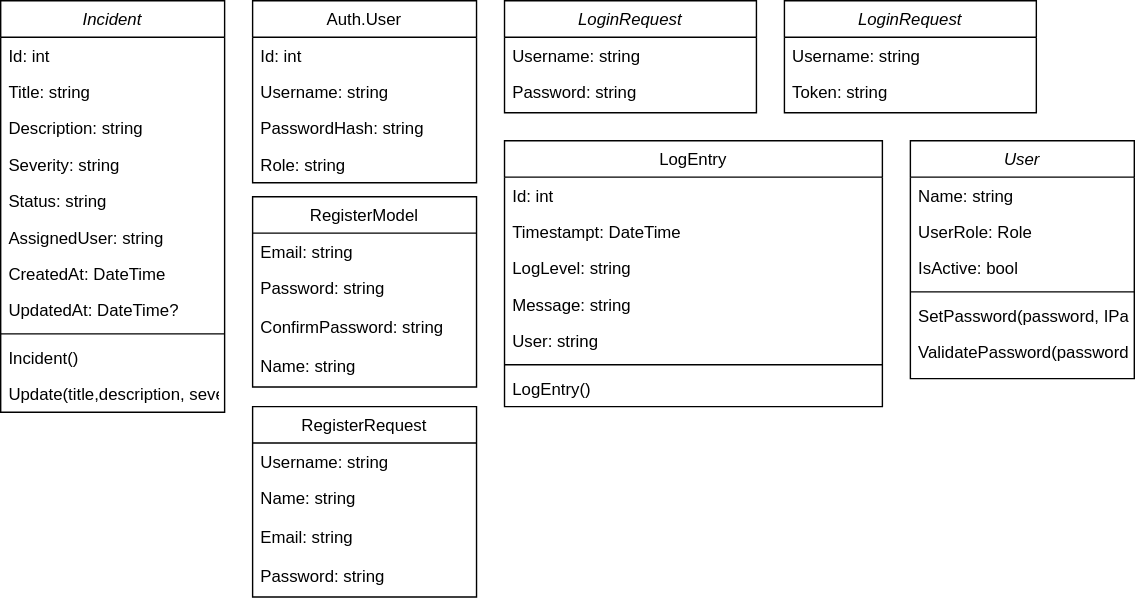
The draw.io diagram ImagesAndDiagrams/uml.svg in vl43den/newgensims, before a commit. Source tidied: cells renumbered, new cells last; positions are measured from the earlier drawing's top-left corner, leaving out a move shared by most shapes. The source it was exported from:
```xml
<mxGraphModel>
  <root>
    <mxCell id="0" />
    <mxCell id="1" parent="0" />
    <mxCell id="2" value="Incident" style="swimlane;fontStyle=2;align=center;verticalAlign=top;horizontal=1;startSize=26;rounded=0;shadow=0;strokeWidth=1;" parent="1" vertex="1">
      <mxGeometry width="160" height="294" as="geometry" />
    </mxCell>
    <mxCell id="3" value="Id: int" style="text;align=left;verticalAlign=top;spacingLeft=4;spacingRight=4;overflow=hidden;" parent="2" vertex="1">
      <mxGeometry y="26" width="160" height="26" as="geometry" />
    </mxCell>
    <mxCell id="4" value="Title: string " style="text;align=left;verticalAlign=top;spacingLeft=4;spacingRight=4;overflow=hidden;rounded=0;shadow=0;html=0;" parent="2" vertex="1">
      <mxGeometry y="52" width="160" height="26" as="geometry" />
    </mxCell>
    <mxCell id="5" value="Description: string" style="text;align=left;verticalAlign=top;spacingLeft=4;spacingRight=4;overflow=hidden;rounded=0;shadow=0;html=0;" parent="2" vertex="1">
      <mxGeometry y="78" width="160" height="26" as="geometry" />
    </mxCell>
    <mxCell id="6" value="Severity: string  " style="text;align=left;verticalAlign=top;spacingLeft=4;spacingRight=4;overflow=hidden;rounded=0;shadow=0;html=0;" parent="2" vertex="1">
      <mxGeometry y="104" width="160" height="26" as="geometry" />
    </mxCell>
    <mxCell id="7" value="Status: string " style="text;align=left;verticalAlign=top;spacingLeft=4;spacingRight=4;overflow=hidden;rounded=0;shadow=0;html=0;" parent="2" vertex="1">
      <mxGeometry y="130" width="160" height="26" as="geometry" />
    </mxCell>
    <mxCell id="8" value="AssignedUser: string" style="text;align=left;verticalAlign=top;spacingLeft=4;spacingRight=4;overflow=hidden;rounded=0;shadow=0;html=0;" parent="2" vertex="1">
      <mxGeometry y="156" width="160" height="26" as="geometry" />
    </mxCell>
    <mxCell id="9" value="CreatedAt: DateTime" style="text;align=left;verticalAlign=top;spacingLeft=4;spacingRight=4;overflow=hidden;rounded=0;shadow=0;html=0;" parent="2" vertex="1">
      <mxGeometry y="182" width="160" height="26" as="geometry" />
    </mxCell>
    <mxCell id="10" value="UpdatedAt: DateTime?" style="text;align=left;verticalAlign=top;spacingLeft=4;spacingRight=4;overflow=hidden;rounded=0;shadow=0;html=0;" parent="2" vertex="1">
      <mxGeometry y="208" width="160" height="26" as="geometry" />
    </mxCell>
    <mxCell id="11" style="line;strokeWidth=1;fillColor=none;align=left;verticalAlign=middle;spacingTop=-1;spacingLeft=3;spacingRight=3;labelPosition=right;strokeColor=inherit;" parent="2" vertex="1">
      <mxGeometry y="234" width="160" height="8" as="geometry" />
    </mxCell>
    <mxCell id="12" value="Incident()" style="text;align=left;verticalAlign=top;spacingLeft=4;spacingRight=4;overflow=hidden;rounded=0;shadow=0;html=0;" parent="2" vertex="1">
      <mxGeometry y="242" width="160" height="26" as="geometry" />
    </mxCell>
    <mxCell id="13" value="Update(title,description, severity,status,assignedUser)" style="text;align=left;verticalAlign=top;spacingLeft=4;spacingRight=4;overflow=hidden;rounded=0;shadow=0;html=0;" parent="2" vertex="1">
      <mxGeometry y="268" width="160" height="26" as="geometry" />
    </mxCell>
    <mxCell id="14" value="LogEntry" style="swimlane;fontStyle=0;align=center;verticalAlign=top;horizontal=1;startSize=26;rounded=0;shadow=0;strokeWidth=1;" parent="1" vertex="1">
      <mxGeometry x="360" y="100" width="270" height="190" as="geometry" />
    </mxCell>
    <mxCell id="15" value="Id: int" style="text;align=left;verticalAlign=top;spacingLeft=4;spacingRight=4;overflow=hidden;" parent="14" vertex="1">
      <mxGeometry y="26" width="270" height="26" as="geometry" />
    </mxCell>
    <mxCell id="16" value="Timestampt: DateTime" style="text;align=left;verticalAlign=top;spacingLeft=4;spacingRight=4;overflow=hidden;" parent="14" vertex="1">
      <mxGeometry y="52" width="270" height="26" as="geometry" />
    </mxCell>
    <mxCell id="17" value="LogLevel: string" style="text;align=left;verticalAlign=top;spacingLeft=4;spacingRight=4;overflow=hidden;" parent="14" vertex="1">
      <mxGeometry y="78" width="270" height="26" as="geometry" />
    </mxCell>
    <mxCell id="18" value="Message: string" style="text;align=left;verticalAlign=top;spacingLeft=4;spacingRight=4;overflow=hidden;" parent="14" vertex="1">
      <mxGeometry y="104" width="270" height="26" as="geometry" />
    </mxCell>
    <mxCell id="19" value="User: string" style="text;align=left;verticalAlign=top;spacingLeft=4;spacingRight=4;overflow=hidden;" parent="14" vertex="1">
      <mxGeometry y="130" width="270" height="26" as="geometry" />
    </mxCell>
    <mxCell id="20" style="line;strokeWidth=1;fillColor=none;align=left;verticalAlign=middle;spacingTop=-1;spacingLeft=3;spacingRight=3;labelPosition=right;strokeColor=inherit;" parent="14" vertex="1">
      <mxGeometry y="156" width="270" height="8" as="geometry" />
    </mxCell>
    <mxCell id="21" value="LogEntry()" style="text;align=left;verticalAlign=top;spacingLeft=4;spacingRight=4;overflow=hidden;" parent="14" vertex="1">
      <mxGeometry y="164" width="270" height="26" as="geometry" />
    </mxCell>
    <mxCell id="22" value="RegisterModel" style="swimlane;fontStyle=0;align=center;verticalAlign=top;horizontal=1;startSize=26;rounded=0;shadow=0;strokeWidth=1;" parent="1" vertex="1">
      <mxGeometry x="180" y="140" width="160" height="136" as="geometry" />
    </mxCell>
    <mxCell id="23" value="Email: string" style="text;align=left;verticalAlign=top;spacingLeft=4;spacingRight=4;overflow=hidden;" parent="22" vertex="1">
      <mxGeometry y="26" width="160" height="26" as="geometry" />
    </mxCell>
    <mxCell id="24" value="Password: string" style="text;align=left;verticalAlign=top;spacingLeft=4;spacingRight=4;overflow=hidden;" parent="22" vertex="1">
      <mxGeometry y="52" width="160" height="28" as="geometry" />
    </mxCell>
    <mxCell id="25" value="ConfirmPassword: string" style="text;align=left;verticalAlign=top;spacingLeft=4;spacingRight=4;overflow=hidden;" parent="22" vertex="1">
      <mxGeometry y="80" width="160" height="28" as="geometry" />
    </mxCell>
    <mxCell id="26" value="Name: string" style="text;align=left;verticalAlign=top;spacingLeft=4;spacingRight=4;overflow=hidden;" parent="22" vertex="1">
      <mxGeometry y="108" width="160" height="28" as="geometry" />
    </mxCell>
    <mxCell id="27" value="Auth.User" style="swimlane;fontStyle=0;align=center;verticalAlign=top;horizontal=1;startSize=26;rounded=0;shadow=0;strokeWidth=1;" parent="1" vertex="1">
      <mxGeometry x="180" width="160" height="130" as="geometry" />
    </mxCell>
    <mxCell id="28" value="Id: int " style="text;align=left;verticalAlign=top;spacingLeft=4;spacingRight=4;overflow=hidden;" parent="27" vertex="1">
      <mxGeometry y="26" width="160" height="26" as="geometry" />
    </mxCell>
    <mxCell id="29" value="Username: string " style="text;align=left;verticalAlign=top;spacingLeft=4;spacingRight=4;overflow=hidden;rounded=0;shadow=0;html=0;" parent="27" vertex="1">
      <mxGeometry y="52" width="160" height="26" as="geometry" />
    </mxCell>
    <mxCell id="30" value="PasswordHash: string" style="text;align=left;verticalAlign=top;spacingLeft=4;spacingRight=4;overflow=hidden;rounded=0;shadow=0;html=0;" parent="27" vertex="1">
      <mxGeometry y="78" width="160" height="26" as="geometry" />
    </mxCell>
    <mxCell id="31" value="Role: string  " style="text;align=left;verticalAlign=top;spacingLeft=4;spacingRight=4;overflow=hidden;rounded=0;shadow=0;html=0;" parent="27" vertex="1">
      <mxGeometry y="104" width="160" height="26" as="geometry" />
    </mxCell>
    <mxCell id="32" value="LoginRequest" style="swimlane;fontStyle=2;align=center;verticalAlign=top;horizontal=1;startSize=26;rounded=0;shadow=0;strokeWidth=1;" parent="1" vertex="1">
      <mxGeometry x="360" width="180" height="80" as="geometry" />
    </mxCell>
    <mxCell id="33" value="Username: string" style="text;align=left;verticalAlign=top;spacingLeft=4;spacingRight=4;overflow=hidden;" parent="32" vertex="1">
      <mxGeometry y="26" width="180" height="26" as="geometry" />
    </mxCell>
    <mxCell id="34" value="Password: string" style="text;align=left;verticalAlign=top;spacingLeft=4;spacingRight=4;overflow=hidden;rounded=0;shadow=0;html=0;" parent="32" vertex="1">
      <mxGeometry y="52" width="180" height="26" as="geometry" />
    </mxCell>
    <mxCell id="35" value="LoginRequest" style="swimlane;fontStyle=2;align=center;verticalAlign=top;horizontal=1;startSize=26;rounded=0;shadow=0;strokeWidth=1;" parent="1" vertex="1">
      <mxGeometry x="560" width="180" height="80" as="geometry" />
    </mxCell>
    <mxCell id="36" value="Username: string" style="text;align=left;verticalAlign=top;spacingLeft=4;spacingRight=4;overflow=hidden;" parent="35" vertex="1">
      <mxGeometry y="26" width="180" height="26" as="geometry" />
    </mxCell>
    <mxCell id="37" value="Token: string" style="text;align=left;verticalAlign=top;spacingLeft=4;spacingRight=4;overflow=hidden;rounded=0;shadow=0;html=0;" parent="35" vertex="1">
      <mxGeometry y="52" width="180" height="26" as="geometry" />
    </mxCell>
    <mxCell id="38" value="RegisterRequest" style="swimlane;fontStyle=0;align=center;verticalAlign=top;horizontal=1;startSize=26;rounded=0;shadow=0;strokeWidth=1;" parent="1" vertex="1">
      <mxGeometry x="180" y="290" width="160" height="136" as="geometry" />
    </mxCell>
    <mxCell id="39" value="Username: string" style="text;align=left;verticalAlign=top;spacingLeft=4;spacingRight=4;overflow=hidden;" parent="38" vertex="1">
      <mxGeometry y="26" width="160" height="26" as="geometry" />
    </mxCell>
    <mxCell id="40" value="Name: string" style="text;align=left;verticalAlign=top;spacingLeft=4;spacingRight=4;overflow=hidden;" parent="38" vertex="1">
      <mxGeometry y="52" width="160" height="28" as="geometry" />
    </mxCell>
    <mxCell id="41" value="Email: string" style="text;align=left;verticalAlign=top;spacingLeft=4;spacingRight=4;overflow=hidden;" parent="38" vertex="1">
      <mxGeometry y="80" width="160" height="28" as="geometry" />
    </mxCell>
    <mxCell id="42" value="Password: string" style="text;align=left;verticalAlign=top;spacingLeft=4;spacingRight=4;overflow=hidden;" parent="38" vertex="1">
      <mxGeometry y="108" width="160" height="28" as="geometry" />
    </mxCell>
    <mxCell id="43" value="User" style="swimlane;fontStyle=2;align=center;verticalAlign=top;horizontal=1;startSize=26;rounded=0;shadow=0;strokeWidth=1;" parent="1" vertex="1">
      <mxGeometry x="650" y="100" width="160" height="170" as="geometry" />
    </mxCell>
    <mxCell id="44" value="Name: string" style="text;align=left;verticalAlign=top;spacingLeft=4;spacingRight=4;overflow=hidden;" parent="43" vertex="1">
      <mxGeometry y="26" width="160" height="26" as="geometry" />
    </mxCell>
    <mxCell id="45" value="UserRole: Role" style="text;align=left;verticalAlign=top;spacingLeft=4;spacingRight=4;overflow=hidden;rounded=0;shadow=0;html=0;" parent="43" vertex="1">
      <mxGeometry y="52" width="160" height="26" as="geometry" />
    </mxCell>
    <mxCell id="46" value="IsActive: bool" style="text;align=left;verticalAlign=top;spacingLeft=4;spacingRight=4;overflow=hidden;rounded=0;shadow=0;html=0;" parent="43" vertex="1">
      <mxGeometry y="78" width="160" height="26" as="geometry" />
    </mxCell>
    <mxCell id="47" style="line;strokeWidth=1;fillColor=none;align=left;verticalAlign=middle;spacingTop=-1;spacingLeft=3;spacingRight=3;labelPosition=right;strokeColor=inherit;" parent="43" vertex="1">
      <mxGeometry y="104" width="160" height="8" as="geometry" />
    </mxCell>
    <mxCell id="48" value="SetPassword(password, IPasswordHasher, passwordHasher)" style="text;align=left;verticalAlign=top;spacingLeft=4;spacingRight=4;overflow=hidden;rounded=0;shadow=0;html=0;" parent="43" vertex="1">
      <mxGeometry y="112" width="160" height="26" as="geometry" />
    </mxCell>
    <mxCell id="49" value="ValidatePassword(password,IpasswordHasher,passwordHasher)" style="text;align=left;verticalAlign=top;spacingLeft=4;spacingRight=4;overflow=hidden;rounded=0;shadow=0;html=0;" parent="43" vertex="1">
      <mxGeometry y="138" width="160" height="26" as="geometry" />
    </mxCell>
  </root>
</mxGraphModel>
```
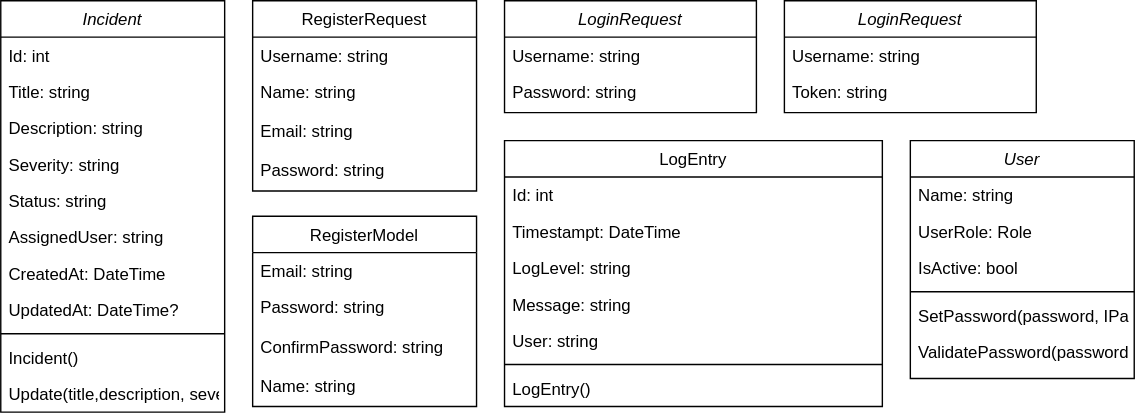
After the change.

Commit message:
Edited uml diagram

Change to the diagram source:
```diff
@@ -63,7 +63,7 @@
       <mxGeometry y="164" width="270" height="26" as="geometry" />
     </mxCell>
     <mxCell id="22" value="RegisterModel" style="swimlane;fontStyle=0;align=center;verticalAlign=top;horizontal=1;startSize=26;rounded=0;shadow=0;strokeWidth=1;" parent="1" vertex="1">
-      <mxGeometry x="180" y="140" width="160" height="136" as="geometry" />
+      <mxGeometry x="180" y="154" width="160" height="136" as="geometry" />
     </mxCell>
     <mxCell id="23" value="Email: string" style="text;align=left;verticalAlign=top;spacingLeft=4;spacingRight=4;overflow=hidden;" parent="22" vertex="1">
       <mxGeometry y="26" width="160" height="26" as="geometry" />
@@ -77,21 +77,6 @@
     <mxCell id="26" value="Name: string" style="text;align=left;verticalAlign=top;spacingLeft=4;spacingRight=4;overflow=hidden;" parent="22" vertex="1">
       <mxGeometry y="108" width="160" height="28" as="geometry" />
     </mxCell>
-    <mxCell id="27" value="Auth.User" style="swimlane;fontStyle=0;align=center;verticalAlign=top;horizontal=1;startSize=26;rounded=0;shadow=0;strokeWidth=1;" parent="1" vertex="1">
-      <mxGeometry x="180" width="160" height="130" as="geometry" />
-    </mxCell>
-    <mxCell id="28" value="Id: int " style="text;align=left;verticalAlign=top;spacingLeft=4;spacingRight=4;overflow=hidden;" parent="27" vertex="1">
-      <mxGeometry y="26" width="160" height="26" as="geometry" />
-    </mxCell>
-    <mxCell id="29" value="Username: string " style="text;align=left;verticalAlign=top;spacingLeft=4;spacingRight=4;overflow=hidden;rounded=0;shadow=0;html=0;" parent="27" vertex="1">
-      <mxGeometry y="52" width="160" height="26" as="geometry" />
-    </mxCell>
-    <mxCell id="30" value="PasswordHash: string" style="text;align=left;verticalAlign=top;spacingLeft=4;spacingRight=4;overflow=hidden;rounded=0;shadow=0;html=0;" parent="27" vertex="1">
-      <mxGeometry y="78" width="160" height="26" as="geometry" />
-    </mxCell>
-    <mxCell id="31" value="Role: string  " style="text;align=left;verticalAlign=top;spacingLeft=4;spacingRight=4;overflow=hidden;rounded=0;shadow=0;html=0;" parent="27" vertex="1">
-      <mxGeometry y="104" width="160" height="26" as="geometry" />
-    </mxCell>
     <mxCell id="32" value="LoginRequest" style="swimlane;fontStyle=2;align=center;verticalAlign=top;horizontal=1;startSize=26;rounded=0;shadow=0;strokeWidth=1;" parent="1" vertex="1">
       <mxGeometry x="360" width="180" height="80" as="geometry" />
     </mxCell>
@@ -111,7 +96,7 @@
       <mxGeometry y="52" width="180" height="26" as="geometry" />
     </mxCell>
     <mxCell id="38" value="RegisterRequest" style="swimlane;fontStyle=0;align=center;verticalAlign=top;horizontal=1;startSize=26;rounded=0;shadow=0;strokeWidth=1;" parent="1" vertex="1">
-      <mxGeometry x="180" y="290" width="160" height="136" as="geometry" />
+      <mxGeometry x="180" width="160" height="136" as="geometry" />
     </mxCell>
     <mxCell id="39" value="Username: string" style="text;align=left;verticalAlign=top;spacingLeft=4;spacingRight=4;overflow=hidden;" parent="38" vertex="1">
       <mxGeometry y="26" width="160" height="26" as="geometry" />
```
